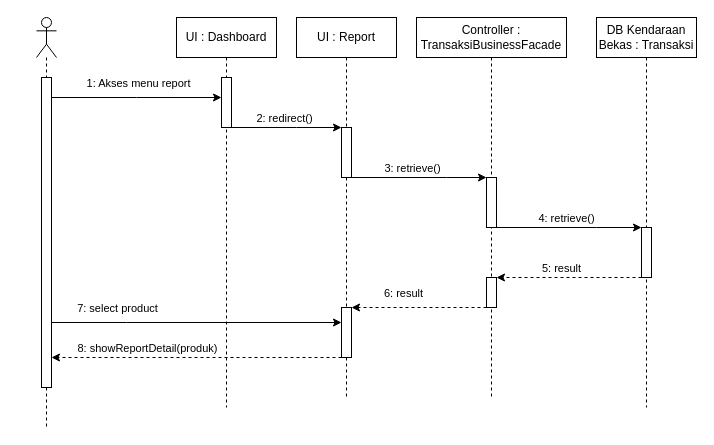
The draw.io diagram page "Report" (3 of 28) of UML/Sequence Web.drawio in DevinWilliady/KendaraanBekasUML, before the edit. Source tidied: cells renumbered, new cells numbered last; positions are measured from the earlier drawing's top-left corner, leaving out a move shared by most shapes. Both pictures are drawn from the tidied source at 100%, with x=0, y=0 at pixel (36, 17).
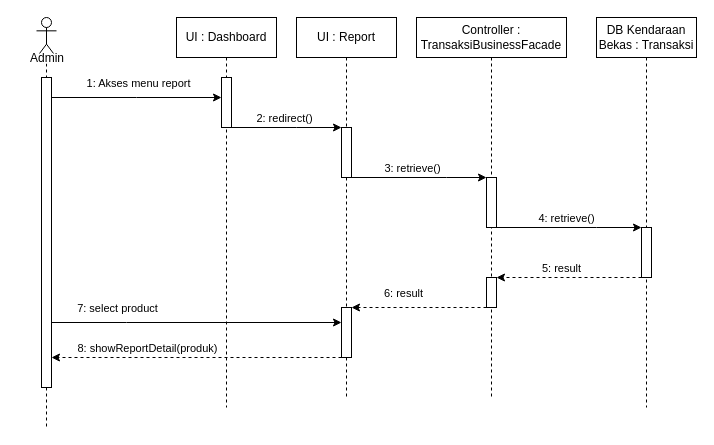
Above is the later version.

The edit, as a diff of the source:
```diff
@@
+    <mxCell id="30" value="Admin" style="rounded=0;whiteSpace=wrap;html=1;strokeWidth=0;strokeColor=#FFFFFF;" parent="1" vertex="1">
+      <mxGeometry x="-19" y="36" width="60" height="10" as="geometry" />
+    </mxCell>
```
